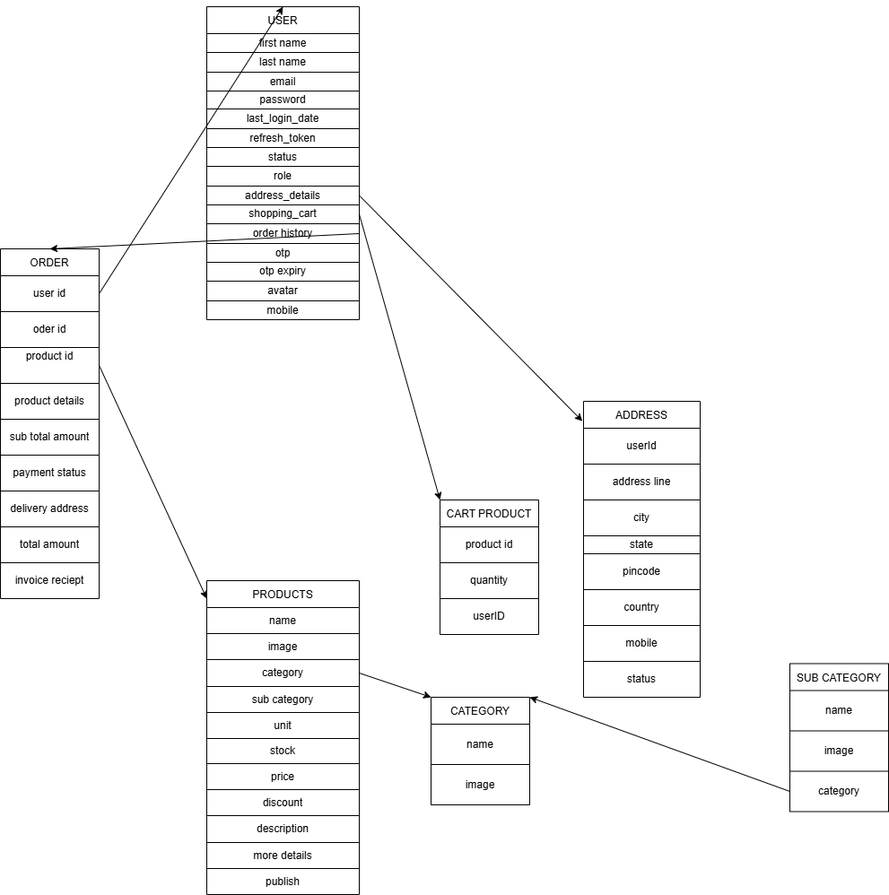
Above: dbStructure.drawio.png in MichaelOdaba/readmarket (draw.io), before the change. Source tidied: cells renumbered, new cells last; positions are measured from the earlier drawing's top-left corner, leaving out a move shared by most shapes.
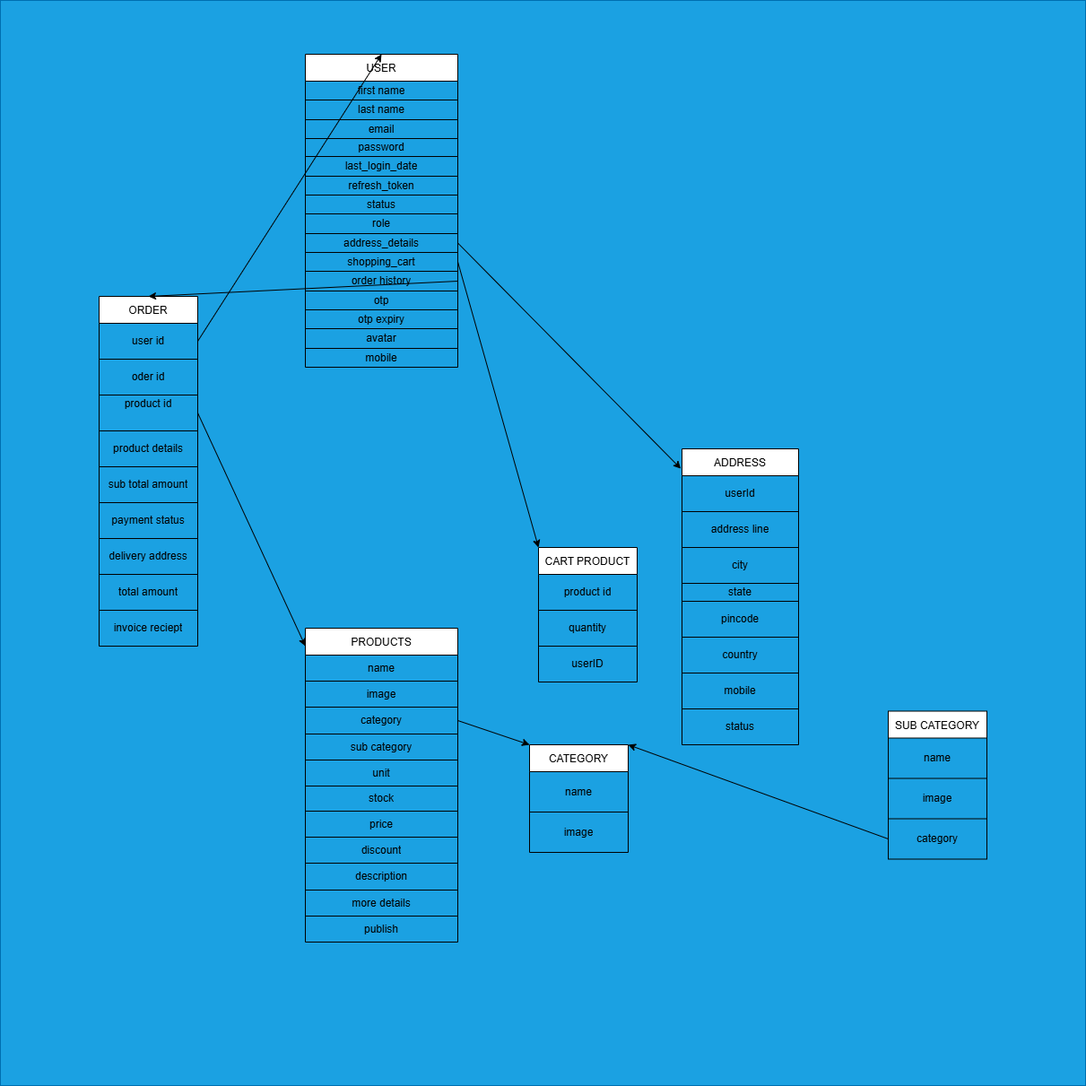
Later version of the same file.

Change to the diagram source:
```diff
@@ -2,6 +2,9 @@
   <root>
     <mxCell id="0" />
     <mxCell id="1" parent="0" />
+    <mxCell id="118" style="whiteSpace=wrap;html=1;fillColor=#1ba1e2;fontColor=#ffffff;strokeColor=#006EAF;" parent="1" vertex="1">
+      <mxGeometry x="-110" y="-60" width="1210" height="1210" as="geometry" />
+    </mxCell>
     <mxCell id="2" value="USER" style="shape=table;startSize=30;" parent="1" vertex="1">
       <mxGeometry x="230" width="170" height="349" as="geometry" />
     </mxCell>
```
